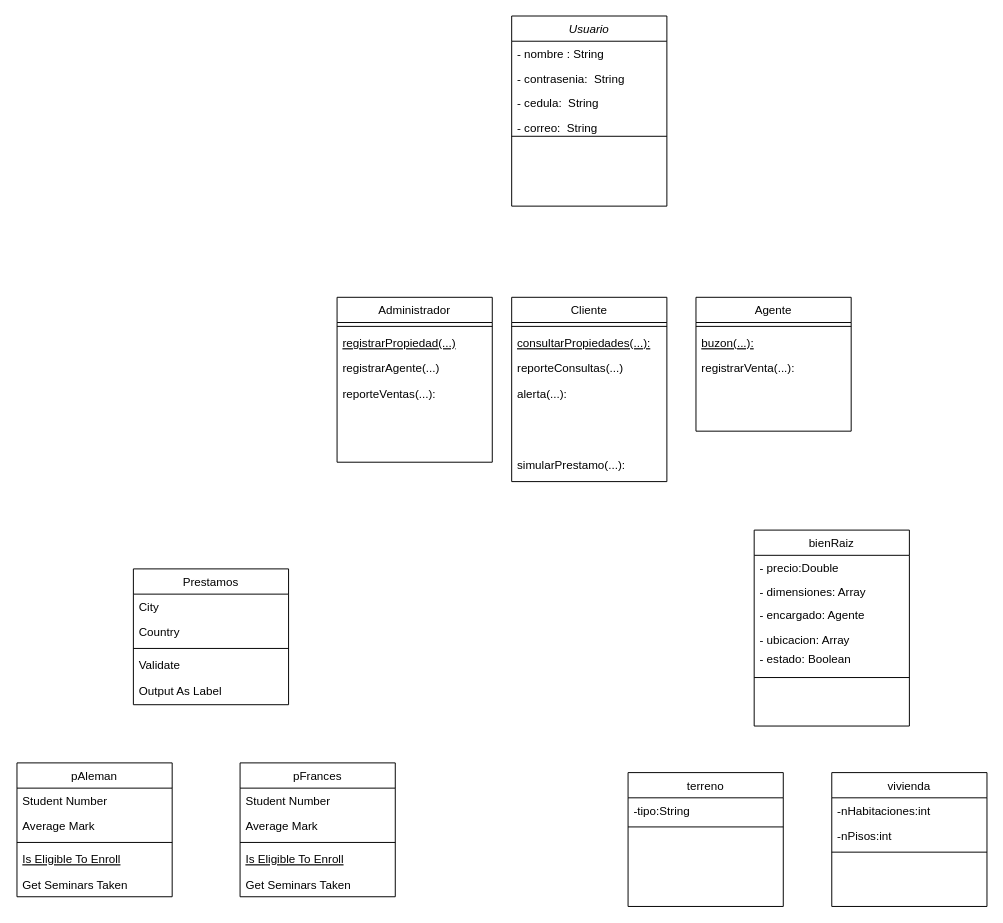
Before: ProyectoDocs/Untitled Diagram.drawio in KBalseca/Proyecto_POO, a draw.io diagram. Source tidied: cells renumbered, new cells numbered last; positions are measured from the earlier drawing's top-left corner, leaving out a move shared by most shapes. Both pictures are drawn from the tidied source at 97%, with x=0, y=0 at pixel (16, 16).
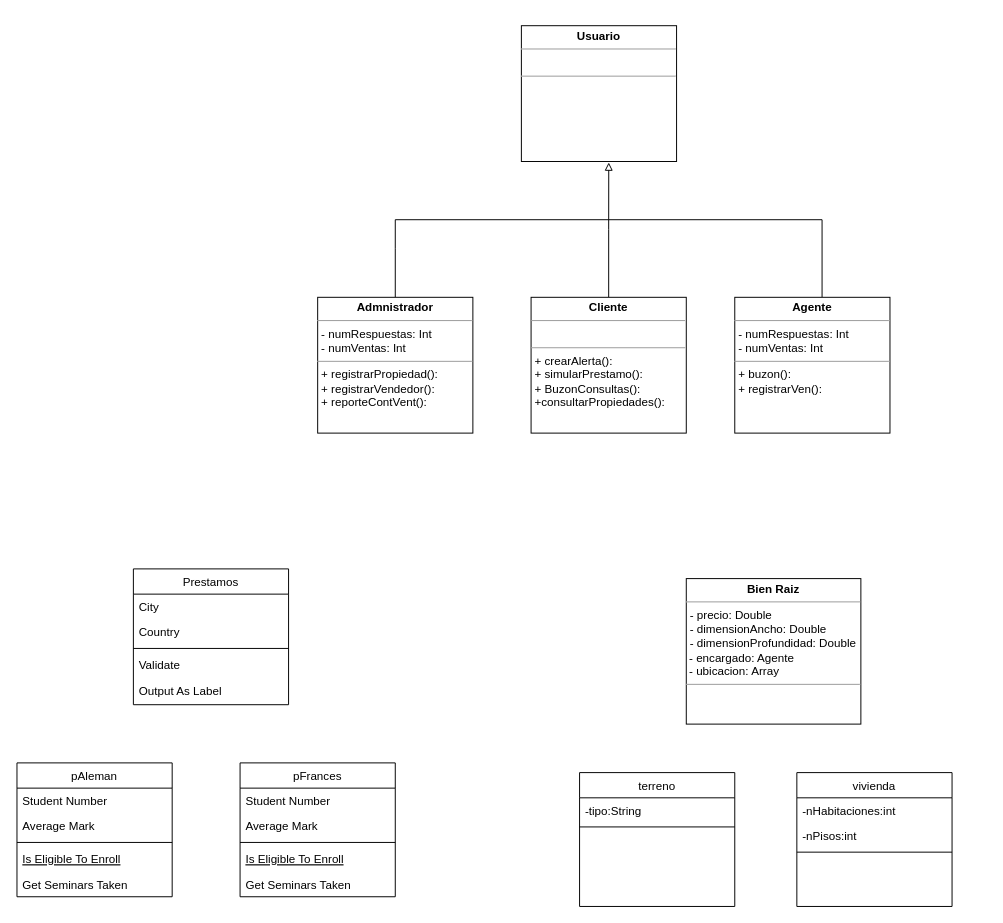
The same page after the edit.

The edit, as a diff of the source:
```diff
@@
-    <mxCell id="2" value="Usuario" style="swimlane;fontStyle=2;align=center;verticalAlign=top;horizontal=1;startSize=26;rounded=0;shadow=0;strokeWidth=1;" parent="1" vertex="1">
-      <mxGeometry x="510" width="160" height="196" as="geometry" />
-    </mxCell>
-    <mxCell id="3" value="- nombre : String" style="text;align=left;verticalAlign=top;spacingLeft=4;spacingRight=4;overflow=hidden;rounded=0;shadow=0;html=0;" parent="2" vertex="1">
-      <mxGeometry y="26" width="160" height="26" as="geometry" />
-    </mxCell>
-    <mxCell id="4" value="- contrasenia:  String&#10; " style="text;align=left;verticalAlign=top;spacingLeft=4;spacingRight=4;overflow=hidden;rounded=0;shadow=0;html=0;" parent="2" vertex="1">
-      <mxGeometry y="52" width="160" height="26" as="geometry" />
-    </mxCell>
-    <mxCell id="5" style="line;html=1;strokeWidth=1;align=left;verticalAlign=middle;spacingTop=-1;spacingLeft=3;spacingRight=3;labelPosition=right;" parent="2" vertex="1">
-      <mxGeometry y="78" width="160" height="92" as="geometry" />
-    </mxCell>
-    <mxCell id="6" value="Cliente" style="swimlane;fontStyle=0;align=center;verticalAlign=top;horizontal=1;startSize=26;rounded=0;shadow=0;strokeWidth=1;" parent="1" vertex="1">
-      <mxGeometry x="510" y="290" width="160" height="190" as="geometry" />
-    </mxCell>
-    <mxCell id="7" style="line;html=1;strokeWidth=1;align=left;verticalAlign=middle;spacingTop=-1;spacingLeft=3;spacingRight=3;labelPosition=right;" parent="6" vertex="1">
-      <mxGeometry y="26" width="160" height="8" as="geometry" />
-    </mxCell>
-    <mxCell id="8" value="consultarPropiedades(...):" style="text;align=left;verticalAlign=top;spacingLeft=4;spacingRight=4;overflow=hidden;fontStyle=4;" parent="6" vertex="1">
-      <mxGeometry y="34" width="160" height="26" as="geometry" />
-    </mxCell>
-    <mxCell id="9" value="reporteConsultas(...)" style="text;align=left;verticalAlign=top;spacingLeft=4;spacingRight=4;overflow=hidden;" parent="6" vertex="1">
-      <mxGeometry y="60" width="160" height="26" as="geometry" />
-    </mxCell>
-    <mxCell id="10" value="alerta(...):" style="text;align=left;verticalAlign=top;spacingLeft=4;spacingRight=4;overflow=hidden;" parent="6" vertex="1">
-      <mxGeometry y="86" width="160" height="26" as="geometry" />
-    </mxCell>
@@
-    <mxCell id="17" value="Agente" style="swimlane;fontStyle=0;align=center;verticalAlign=top;horizontal=1;startSize=26;rounded=0;shadow=0;strokeWidth=1;" parent="1" vertex="1">
-      <mxGeometry x="700" y="290" width="160" height="138" as="geometry" />
-    </mxCell>
-    <mxCell id="18" style="line;html=1;strokeWidth=1;align=left;verticalAlign=middle;spacingTop=-1;spacingLeft=3;spacingRight=3;labelPosition=right;" parent="17" vertex="1">
-      <mxGeometry y="26" width="160" height="8" as="geometry" />
-    </mxCell>
-    <mxCell id="19" value="buzon(...):" style="text;align=left;verticalAlign=top;spacingLeft=4;spacingRight=4;overflow=hidden;fontStyle=4;" parent="17" vertex="1">
-      <mxGeometry y="34" width="160" height="26" as="geometry" />
-    </mxCell>
-    <mxCell id="20" value="registrarVenta(...):" style="text;align=left;verticalAlign=top;spacingLeft=4;spacingRight=4;overflow=hidden;" parent="17" vertex="1">
-      <mxGeometry y="60" width="160" height="26" as="geometry" />
-    </mxCell>
-    <mxCell id="21" value="Administrador" style="swimlane;fontStyle=0;align=center;verticalAlign=top;horizontal=1;startSize=26;rounded=0;shadow=0;strokeWidth=1;" parent="1" vertex="1">
-      <mxGeometry x="330" y="290" width="160" height="170" as="geometry" />
-    </mxCell>
-    <mxCell id="22" style="line;html=1;strokeWidth=1;align=left;verticalAlign=middle;spacingTop=-1;spacingLeft=3;spacingRight=3;labelPosition=right;" parent="21" vertex="1">
-      <mxGeometry y="26" width="160" height="8" as="geometry" />
-    </mxCell>
-    <mxCell id="23" value="registrarPropiedad(...)" style="text;align=left;verticalAlign=top;spacingLeft=4;spacingRight=4;overflow=hidden;fontStyle=4;" parent="21" vertex="1">
-      <mxGeometry y="34" width="160" height="26" as="geometry" />
-    </mxCell>
-    <mxCell id="24" value="registrarAgente(...)" style="text;align=left;verticalAlign=top;spacingLeft=4;spacingRight=4;overflow=hidden;" parent="21" vertex="1">
-      <mxGeometry y="60" width="160" height="26" as="geometry" />
-    </mxCell>
-    <mxCell id="25" value="reporteVentas(...):" style="text;align=left;verticalAlign=top;spacingLeft=4;spacingRight=4;overflow=hidden;" parent="21" vertex="1">
-      <mxGeometry y="86" width="160" height="26" as="geometry" />
-    </mxCell>
@@
-    <mxCell id="38" value="bienRaiz" style="swimlane;fontStyle=0;align=center;verticalAlign=top;horizontal=1;startSize=26;rounded=0;shadow=0;strokeWidth=1;" parent="1" vertex="1">
-      <mxGeometry x="760" y="530" width="160" height="202" as="geometry" />
-    </mxCell>
-    <mxCell id="39" value="- precio:Double " style="text;align=left;verticalAlign=top;spacingLeft=4;spacingRight=4;overflow=hidden;rounded=0;shadow=0;html=0;" parent="38" vertex="1">
-      <mxGeometry y="26" width="160" height="24" as="geometry" />
-    </mxCell>
-    <mxCell id="40" value="- dimensiones: Array " style="text;align=left;verticalAlign=top;spacingLeft=4;spacingRight=4;overflow=hidden;rounded=0;shadow=0;html=0;" parent="38" vertex="1">
-      <mxGeometry y="50" width="160" height="24" as="geometry" />
-    </mxCell>
-    <mxCell id="41" value="- encargado: Agente" style="text;align=left;verticalAlign=top;spacingLeft=4;spacingRight=4;overflow=hidden;rounded=0;shadow=0;html=0;" parent="38" vertex="1">
-      <mxGeometry y="74" width="160" height="26" as="geometry" />
-    </mxCell>
-    <mxCell id="42" value="- ubicacion: Array " style="text;align=left;verticalAlign=top;spacingLeft=4;spacingRight=4;overflow=hidden;rounded=0;shadow=0;html=0;" parent="38" vertex="1">
-      <mxGeometry y="100" width="160" height="24" as="geometry" />
-    </mxCell>
-    <mxCell id="43" style="line;html=1;strokeWidth=1;align=left;verticalAlign=middle;spacingTop=-1;spacingLeft=3;spacingRight=3;labelPosition=right;" parent="38" vertex="1">
-      <mxGeometry y="124" width="160" height="56" as="geometry" />
-    </mxCell>
     <mxCell id="44" value="terreno" style="swimlane;fontStyle=0;align=center;verticalAlign=top;horizontal=1;startSize=26;rounded=0;shadow=0;strokeWidth=1;" parent="1" vertex="1">
-      <mxGeometry x="630" y="780" width="160" height="138" as="geometry" />
+      <mxGeometry x="580" y="780" width="160" height="138" as="geometry" />
     </mxCell>
@@
     <mxCell id="47" value="vivienda" style="swimlane;fontStyle=0;align=center;verticalAlign=top;horizontal=1;startSize=26;rounded=0;shadow=0;strokeWidth=1;" parent="1" vertex="1">
-      <mxGeometry x="840" y="780" width="160" height="138" as="geometry" />
+      <mxGeometry x="804" y="780" width="160" height="138" as="geometry" />
     </mxCell>
@@
-    <mxCell id="51" value="simularPrestamo(...):" style="text;align=left;verticalAlign=top;spacingLeft=4;spacingRight=4;overflow=hidden;" parent="1" vertex="1">
-      <mxGeometry x="510" y="450" width="160" height="26" as="geometry" />
-    </mxCell>
-    <mxCell id="52" value="- cedula:  String&#10; " style="text;align=left;verticalAlign=top;spacingLeft=4;spacingRight=4;overflow=hidden;rounded=0;shadow=0;html=0;" parent="1" vertex="1">
-      <mxGeometry x="510" y="76" width="160" height="26" as="geometry" />
-    </mxCell>
-    <mxCell id="53" value="- correo:  String&#10; " style="text;align=left;verticalAlign=top;spacingLeft=4;spacingRight=4;overflow=hidden;rounded=0;shadow=0;html=0;" parent="1" vertex="1">
-      <mxGeometry x="510" y="102" width="160" height="26" as="geometry" />
-    </mxCell>
-    <mxCell id="54" value="- estado: Boolean" style="text;align=left;verticalAlign=top;spacingLeft=4;spacingRight=4;overflow=hidden;rounded=0;shadow=0;html=0;" parent="1" vertex="1">
-      <mxGeometry x="760" y="650" width="160" height="24" as="geometry" />
-    </mxCell>
+    <mxCell id="55" style="edgeStyle=orthogonalEdgeStyle;rounded=0;jettySize=auto;html=1;endArrow=none;endFill=0;" parent="1" edge="1" source="56">
+      <mxGeometry relative="1" as="geometry">
+        <mxPoint x="610" y="210" as="targetPoint" />
+        <Array as="points">
+          <mxPoint x="830" y="210" />
+        </Array>
+      </mxGeometry>
+    </mxCell>
+    <mxCell id="56" value="&lt;p style=&quot;margin: 0px ; margin-top: 4px ; text-align: center&quot;&gt;&lt;b&gt;Agente&lt;/b&gt;&lt;/p&gt;&lt;hr size=&quot;1&quot;&gt;&lt;p style=&quot;margin: 0px ; margin-left: 4px&quot;&gt;- numRespuestas: Int&lt;/p&gt;&lt;p style=&quot;margin: 0px ; margin-left: 4px&quot;&gt;- numVentas: Int&lt;/p&gt;&lt;hr size=&quot;1&quot;&gt;&lt;p style=&quot;margin: 0px ; margin-left: 4px&quot;&gt;+ buzon()&lt;span&gt;:&amp;nbsp;&lt;/span&gt;&lt;/p&gt;&lt;p style=&quot;margin: 0px ; margin-left: 4px&quot;&gt;&lt;span&gt;+ registrarVen():&lt;/span&gt;&lt;/p&gt;" style="verticalAlign=top;align=left;overflow=fill;fontSize=12;fontFamily=Helvetica;html=1;" parent="1" vertex="1">
+      <mxGeometry x="740" y="290" width="160" height="140" as="geometry" />
+    </mxCell>
+    <mxCell id="57" style="edgeStyle=orthogonalEdgeStyle;rounded=0;jettySize=auto;html=1;endArrow=none;endFill=0;" parent="1" edge="1" source="58">
+      <mxGeometry relative="1" as="geometry">
+        <mxPoint x="610" y="210" as="targetPoint" />
+        <Array as="points">
+          <mxPoint x="390" y="240" />
+          <mxPoint x="390" y="240" />
+        </Array>
+      </mxGeometry>
+    </mxCell>
+    <mxCell id="58" value="&lt;p style=&quot;margin: 0px ; margin-top: 4px ; text-align: center&quot;&gt;&lt;b&gt;Admnistrador&lt;/b&gt;&lt;/p&gt;&lt;hr size=&quot;1&quot;&gt;&lt;p style=&quot;margin: 0px ; margin-left: 4px&quot;&gt;- numRespuestas: Int&lt;/p&gt;&lt;p style=&quot;margin: 0px ; margin-left: 4px&quot;&gt;- numVentas: Int&lt;/p&gt;&lt;hr size=&quot;1&quot;&gt;&lt;p style=&quot;margin: 0px ; margin-left: 4px&quot;&gt;+ registrarPropiedad()&lt;span&gt;:&amp;nbsp;&lt;/span&gt;&lt;/p&gt;&lt;p style=&quot;margin: 0px ; margin-left: 4px&quot;&gt;&lt;span&gt;+ registrarVendedor(&lt;/span&gt;&lt;span&gt;):&lt;/span&gt;&lt;/p&gt;&lt;p style=&quot;margin: 0px ; margin-left: 4px&quot;&gt;&lt;span&gt;+ reporteContVent():&lt;/span&gt;&lt;/p&gt;" style="verticalAlign=top;align=left;overflow=fill;fontSize=12;fontFamily=Helvetica;html=1;" parent="1" vertex="1">
+      <mxGeometry x="310" y="290" width="160" height="140" as="geometry" />
+    </mxCell>
+    <mxCell id="2" value="&lt;p style=&quot;margin: 0px ; margin-top: 4px ; text-align: center&quot;&gt;&lt;b&gt;Usuario&lt;/b&gt;&lt;/p&gt;&lt;hr size=&quot;1&quot;&gt;&lt;p style=&quot;margin: 0px ; margin-left: 4px&quot;&gt;&lt;br&gt;&lt;/p&gt;&lt;hr size=&quot;1&quot;&gt;&lt;p style=&quot;margin: 0px ; margin-left: 4px&quot;&gt;&lt;br&gt;&lt;/p&gt;" style="verticalAlign=top;align=left;overflow=fill;fontSize=12;fontFamily=Helvetica;html=1;" parent="1" vertex="1">
+      <mxGeometry x="520" y="10" width="160" height="140" as="geometry" />
+    </mxCell>
+    <mxCell id="59" style="edgeStyle=orthogonalEdgeStyle;rounded=0;jettySize=auto;html=1;entryX=0.563;entryY=1.007;entryDx=0;entryDy=0;entryPerimeter=0;endArrow=block;endFill=0;" parent="1" edge="1" source="60" target="2">
+      <mxGeometry relative="1" as="geometry" />
+    </mxCell>
+    <mxCell id="60" value="&lt;p style=&quot;margin: 0px ; margin-top: 4px ; text-align: center&quot;&gt;&lt;b&gt;Cliente&lt;/b&gt;&lt;/p&gt;&lt;hr size=&quot;1&quot;&gt;&lt;p style=&quot;margin: 0px ; margin-left: 4px&quot;&gt;&lt;br&gt;&lt;/p&gt;&lt;hr size=&quot;1&quot;&gt;&lt;p style=&quot;margin: 0px ; margin-left: 4px&quot;&gt;+ crearAlerta()&lt;span&gt;:&amp;nbsp;&lt;/span&gt;&lt;/p&gt;&lt;p style=&quot;margin: 0px ; margin-left: 4px&quot;&gt;&lt;span&gt;+ simularPrestamo(&lt;/span&gt;&lt;span&gt;):&lt;/span&gt;&lt;/p&gt;&lt;p style=&quot;margin: 0px ; margin-left: 4px&quot;&gt;&lt;span&gt;+ BuzonConsultas():&lt;/span&gt;&lt;/p&gt;&lt;p style=&quot;margin: 0px ; margin-left: 4px&quot;&gt;&lt;span&gt;+consultarPropiedades():&lt;/span&gt;&lt;/p&gt;" style="verticalAlign=top;align=left;overflow=fill;fontSize=12;fontFamily=Helvetica;html=1;" parent="1" vertex="1">
+      <mxGeometry x="530" y="290" width="160" height="140" as="geometry" />
+    </mxCell>
+    <mxCell id="61" value="&lt;p style=&quot;margin: 0px ; margin-top: 4px ; text-align: center&quot;&gt;&lt;b&gt;Bien Raiz&lt;/b&gt;&lt;/p&gt;&lt;hr size=&quot;1&quot;&gt;&lt;p style=&quot;margin: 0px ; margin-left: 4px&quot;&gt;- precio: Double&lt;/p&gt;&lt;p style=&quot;margin: 0px ; margin-left: 4px&quot;&gt;- dimensionAncho: Double&lt;/p&gt;&lt;p style=&quot;margin: 0px ; margin-left: 4px&quot;&gt;- dimensionProfundidad: Double&lt;/p&gt;&amp;nbsp;- encargado: Agente&lt;br&gt;&amp;nbsp;- ubicacion: Array&lt;br&gt;&lt;hr size=&quot;1&quot;&gt;&lt;p style=&quot;margin: 0px ; margin-left: 4px&quot;&gt;&lt;br&gt;&lt;/p&gt;" style="verticalAlign=top;align=left;overflow=fill;fontSize=12;fontFamily=Helvetica;html=1;" parent="1" vertex="1">
+      <mxGeometry x="690" y="580" width="180" height="150" as="geometry" />
+    </mxCell>
```
